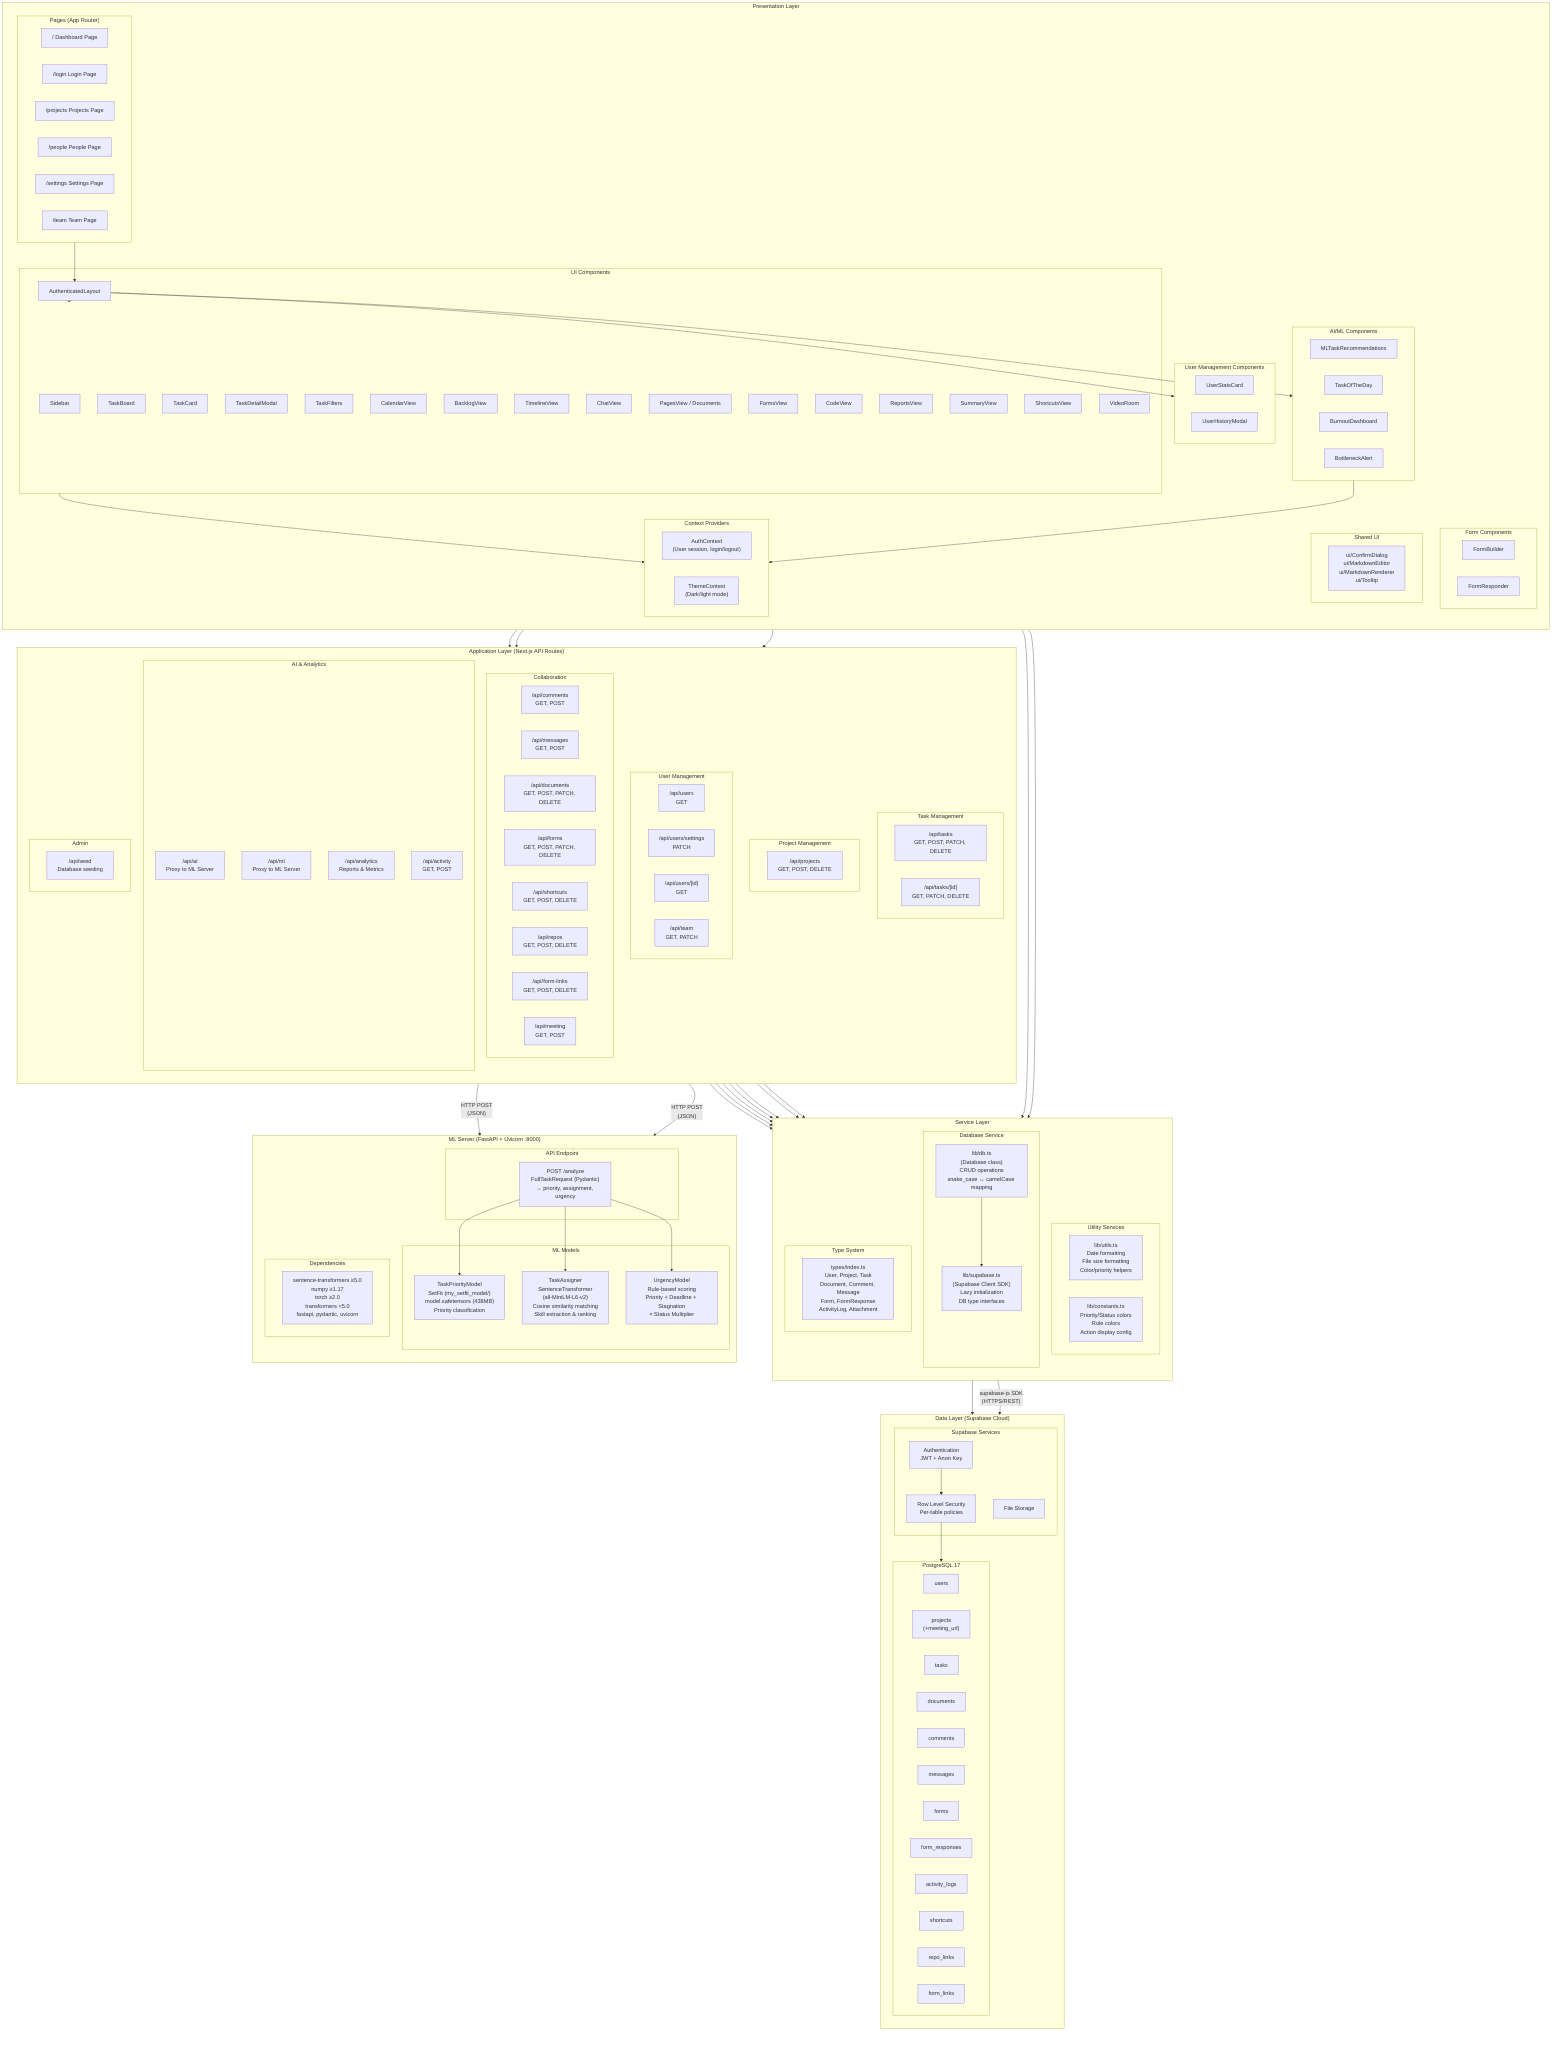
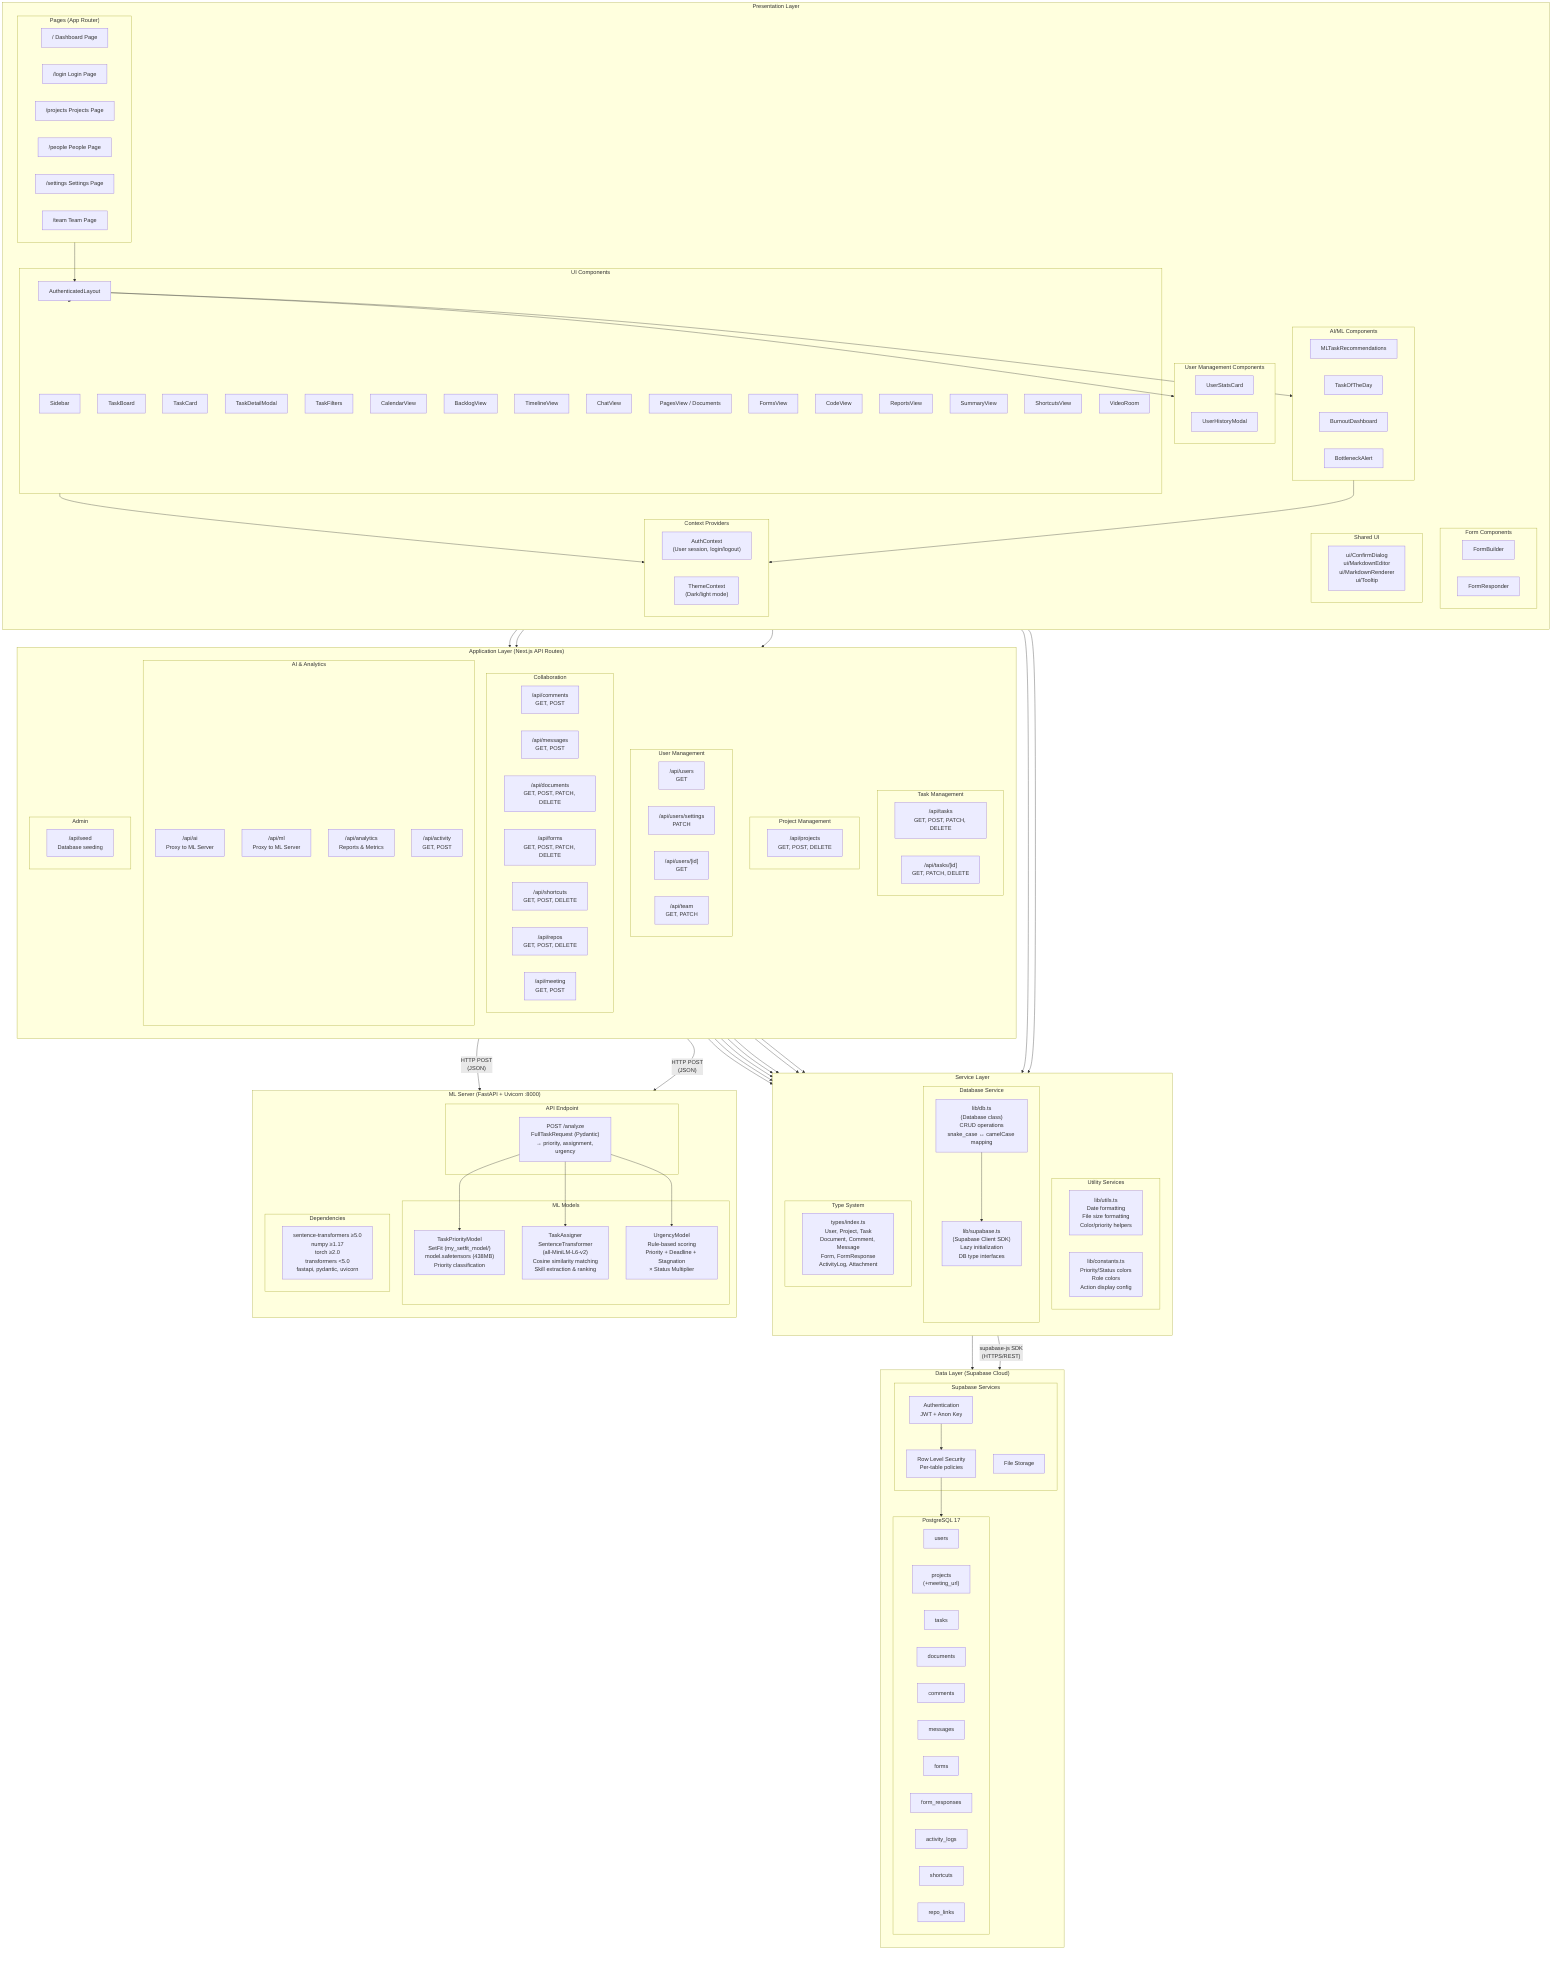
graph TB
    subgraph PresentationLayer["Presentation Layer"]
        direction TB

        subgraph Pages["Pages (App Router)"]
            Dashboard["/ Dashboard Page"]
            LoginPage["/login Login Page"]
            ProjectsPage["/projects Projects Page"]
            PeoplePage["/people People Page"]
            SettingsPage["/settings Settings Page"]
            TeamPage["/team Team Page"]
        end

        subgraph UIComponents["UI Components"]
            Sidebar["Sidebar"]
            AuthLayout["AuthenticatedLayout"]
            TaskBoard["TaskBoard"]
            TaskCard["TaskCard"]
            TaskDetail["TaskDetailModal"]
            TaskFilters["TaskFilters"]
            CalendarView["CalendarView"]
            BacklogView["BacklogView"]
            TimelineView["TimelineView"]
            ChatView["ChatView"]
            PagesView["PagesView / Documents"]
            FormsView["FormsView"]
            CodeView["CodeView"]
            ReportsView["ReportsView"]
            SummaryView["SummaryView"]
            ShortcutsView["ShortcutsView"]
            VideoRoom["VideoRoom"]
        end

        subgraph AIComponents["AI/ML Components"]
            MLRecommendations["MLTaskRecommendations"]
            TaskOfDay["TaskOfTheDay"]
            BurnoutDash["BurnoutDashboard"]
            BottleneckAlert["BottleneckAlert"]
        end

        subgraph UserComponents["User Management Components"]
            UserStats["UserStatsCard"]
            UserHistory["UserHistoryModal"]
        end

        subgraph FormComponents["Form Components"]
            FormBuilder["FormBuilder"]
            FormResponder["FormResponder"]
        end

        subgraph SharedUI["Shared UI"]
            UIDir["ui/ConfirmDialog\nui/MarkdownEditor\nui/MarkdownRenderer\nui/Tooltip"]
        end

        subgraph ContextProviders["Context Providers"]
            AuthContext["AuthContext\n(User session, login/logout)"]
            ThemeContext["ThemeContext\n(Dark/light mode)"]
        end
    end

    subgraph ApplicationLayer["Application Layer (Next.js API Routes)"]
        direction TB

        subgraph TaskAPIs["Task Management"]
            TasksAPI["/api/tasks\nGET, POST, PATCH, DELETE"]
            TaskIdAPI["/api/tasks/[id]\nGET, PATCH, DELETE"]
        end

        subgraph ProjectAPIs["Project Management"]
            ProjectsAPI["/api/projects\nGET, POST, DELETE"]
        end

        subgraph UserAPIs["User Management"]
            UsersAPI["/api/users\nGET"]
            UsersSettingsAPI["/api/users/settings\nPATCH"]
            UsersIdAPI["/api/users/[id]\nGET"]
            TeamAPI["/api/team\nGET, PATCH"]
        end

        subgraph CollabAPIs["Collaboration"]
            CommentsAPI["/api/comments\nGET, POST"]
            MessagesAPI["/api/messages\nGET, POST"]
            DocumentsAPI["/api/documents\nGET, POST, PATCH, DELETE"]
            FormsAPI["/api/forms\nGET, POST, PATCH, DELETE"]
            ShortcutsAPI["/api/shortcuts\nGET, POST, DELETE"]
            ReposAPI["/api/repos\nGET, POST, DELETE"]
-             FormLinksAPI["/api/form-links\nGET, POST, DELETE"]
            MeetingAPI["/api/meeting\nGET, POST"]
        end

        subgraph IntelligenceAPIs["AI & Analytics"]
            AIAPI["/api/ai\nProxy to ML Server"]
            MLAPI["/api/ml\nProxy to ML Server"]
            AnalyticsAPI["/api/analytics\nReports & Metrics"]
            ActivityAPI["/api/activity\nGET, POST"]
        end

        subgraph AdminAPIs["Admin"]
            SeedAPI["/api/seed\nDatabase seeding"]
        end
    end

    subgraph ServiceLayer["Service Layer"]
        direction TB

        subgraph DatabaseService["Database Service"]
            DB["lib/db.ts\n(Database class)\nCRUD operations\nsnake_case ↔ camelCase mapping"]
            SupabaseClient["lib/supabase.ts\n(Supabase Client SDK)\nLazy initialization\nDB type interfaces"]
        end

        subgraph UtilityService["Utility Services"]
            Utils["lib/utils.ts\nDate formatting\nFile size formatting\nColor/priority helpers"]
            Constants["lib/constants.ts\nPriority/Status colors\nRole colors\nAction display config"]
        end

        subgraph TypeSystem["Type System"]
            Types["types/index.ts\nUser, Project, Task\nDocument, Comment, Message\nForm, FormResponse\nActivityLog, Attachment"]
        end
    end

    subgraph MLServer["ML Server (FastAPI + Uvicorn :8000)"]
        direction TB

        subgraph MLEndpoint["API Endpoint"]
            AnalyzeAPI["POST /analyze\nFullTaskRequest (Pydantic)\n→ priority, assignment, urgency"]
        end

        subgraph MLModels["ML Models"]
            PriorityModel["TaskPriorityModel\nSetFit (my_setfit_model/)\nmodel.safetensors (438MB)\nPriority classification"]
            AssignerModel["TaskAssigner\nSentenceTransformer\n(all-MiniLM-L6-v2)\nCosine similarity matching\nSkill extraction & ranking"]
            UrgencyModelClass["UrgencyModel\nRule-based scoring\nPriority + Deadline + Stagnation\n× Status Multiplier"]
        end

        subgraph MLDeps["Dependencies"]
            MLRequirements["sentence-transformers ≥5.0\nnumpy ≥1.17\ntorch ≥2.0\ntransformers <5.0\nfastapi, pydantic, uvicorn"]
        end
    end

    subgraph DataLayer["Data Layer (Supabase Cloud)"]
        direction TB

        subgraph PostgreSQL["PostgreSQL 17"]
            UsersTable["users"]
            ProjectsTable["projects\n(+meeting_url)"]
            TasksTable["tasks"]
            DocumentsTable["documents"]
            CommentsTable["comments"]
            MessagesTable["messages"]
            FormsTable["forms"]
            FormResponsesTable["form_responses"]
            ActivityLogsTable["activity_logs"]
            ShortcutsTable["shortcuts"]
            RepoLinksTable["repo_links"]
-             FormLinksTable["form_links"]
        end

        subgraph SupabaseServices["Supabase Services"]
            Auth["Authentication\nJWT + Anon Key"]
            RLS["Row Level Security\nPer-table policies"]
            Storage["File Storage"]
        end
    end

    %% Presentation → Application
    Pages --> AuthLayout
    AuthLayout --> UIComponents
    AuthLayout --> AIComponents
    AuthLayout --> UserComponents

    UIComponents --> ContextProviders
    AIComponents --> ContextProviders

    Pages --> ApplicationLayer
    UIComponents --> ApplicationLayer
    AIComponents --> ApplicationLayer

    %% Application → Services
    TaskAPIs --> DB
    ProjectAPIs --> DB
    UserAPIs --> DB
    CollabAPIs --> DB
    ActivityAPI --> DB

    %% Application → ML Server (HTTP)
    AIAPI -- "HTTP POST\n(JSON)" --> AnalyzeAPI
    MLAPI -- "HTTP POST\n(JSON)" --> AnalyzeAPI

    %% ML Models
    AnalyzeAPI --> PriorityModel
    AnalyzeAPI --> AssignerModel
    AnalyzeAPI --> UrgencyModelClass

    %% Service → Data
    DB --> SupabaseClient
    SupabaseClient -- "supabase-js SDK\n(HTTPS/REST)" --> PostgreSQL
    SupabaseClient --> Auth
    Auth --> RLS
    RLS --> PostgreSQL

    %% Cross-layer utilities
    ApplicationLayer --> UtilityService
    ApplicationLayer --> TypeSystem
    PresentationLayer --> UtilityService
    PresentationLayer --> TypeSystem
